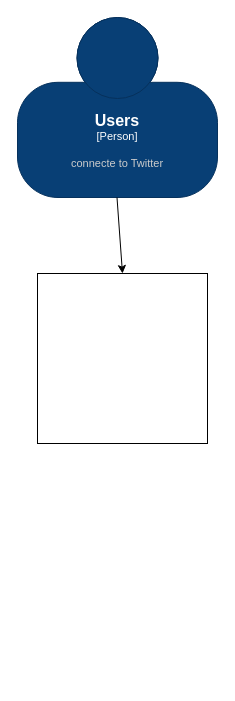
This is page "Context" (1 of 4) of Diagramme sans nom.drawio from SALVA243/AP-TWITTER, a draw.io file, before an edit. Source tidied: cells renumbered, new cells numbered last; positions are measured from the earlier drawing's top-left corner, leaving out a move shared by most shapes. Both pictures are drawn from the tidied source at 100%, with x=0, y=0 at pixel (17, 17).
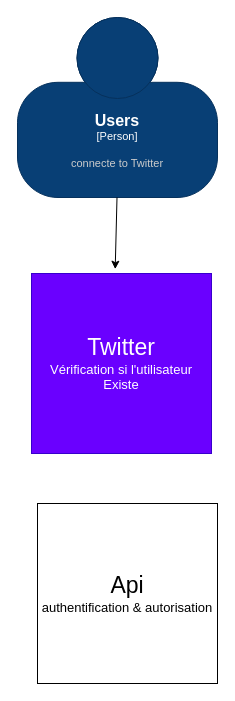
Above is the later version.

Change to the diagram source:
```diff
@@
 <mxGraphModel>
   <root>
     <mxCell id="0" />
     <mxCell id="1" parent="0" />
     <object id="2" label="&lt;font style=&quot;font-size: 16px&quot;&gt;&lt;b&gt;%c4Name%&lt;/b&gt;&lt;/font&gt;&lt;div&gt;[%c4Type%]&lt;/div&gt;&lt;br&gt;&lt;div&gt;&lt;font style=&quot;font-size: 11px&quot;&gt;&lt;font color=&quot;#cccccc&quot;&gt;%c4Description%&lt;/font&gt;&lt;/div&gt;" c4Description="connecte to Twitter" c4Name="Users" c4Type="Person" placeholders="1">
       <mxCell style="html=1;fontSize=11;dashed=0;whiteSpace=wrap;fillColor=#083F75;strokeColor=#06315C;fontColor=#ffffff;shape=mxgraph.c4.person2;align=center;" parent="1" vertex="1">
         <mxGeometry width="200" height="180" as="geometry" />
       </mxCell>
     </object>
-    <mxCell id="3" style="endArrow=classic;html=1;rounded=0;entryX=0.5;entryY=0;entryDx=0;entryDy=0;" parent="1" edge="1" target="4">
+    <mxCell id="3" style="endArrow=classic;html=1;rounded=0;entryX=0.465;entryY=-0.024;entryDx=0;entryDy=0;entryPerimeter=0;" parent="1" edge="1" target="4">
       <mxGeometry relative="1" as="geometry">
         <mxPoint x="99.5" y="180" as="sourcePoint" />
       </mxGeometry>
     </mxCell>
-    <mxCell id="4" style="whiteSpace=wrap;html=1;" parent="1" vertex="1">
-      <mxGeometry x="20" y="256" width="170" height="170" as="geometry" />
+    <mxCell id="4" value="&lt;font style=&quot;&quot;&gt;&lt;span style=&quot;font-size: 23px;&quot;&gt;Twitter&lt;/span&gt;&lt;br&gt;&lt;font style=&quot;font-size: 13px;&quot;&gt;Vérification si l'utilisateur Existe&lt;/font&gt;&lt;br&gt;&lt;/font&gt;" style="whiteSpace=wrap;html=1;fillColor=#6a00ff;strokeColor=#3700CC;fontColor=#ffffff;" parent="1" vertex="1">
+      <mxGeometry x="14" y="256" width="180" height="180" as="geometry" />
     </mxCell>
+    <mxCell id="5" value="&lt;font style=&quot;&quot;&gt;&lt;span style=&quot;font-size: 23px;&quot;&gt;Api&lt;/span&gt;&lt;br&gt;&lt;font style=&quot;font-size: 13px;&quot;&gt;authentification &amp;amp; autorisation&lt;/font&gt;&lt;br&gt;&lt;/font&gt;" style="whiteSpace=wrap;html=1;" parent="1" vertex="1">
+      <mxGeometry x="20" y="486" width="180" height="180" as="geometry" />
+    </mxCell>
   </root>
 </mxGraphModel>
```
